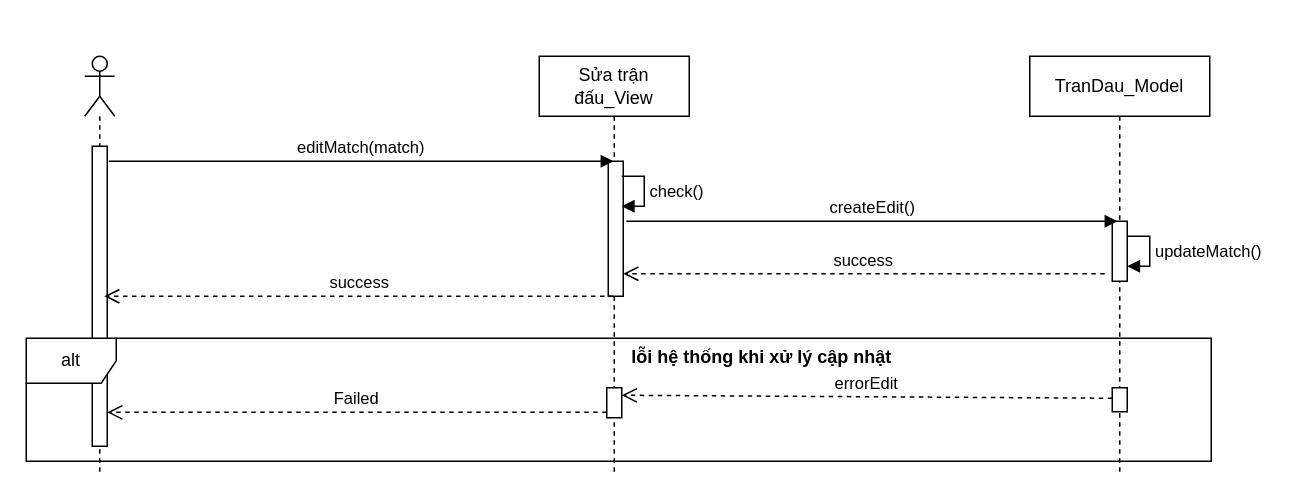
Nonnner/PTTK keeps this draw.io diagram as page "nạp tiền" (1 of 2) of deposit_money.drawio. Above is the earlier version. Source tidied: cells renumbered, new cells numbered last; positions are measured from the earlier drawing's top-left corner, leaving out a move shared by most shapes. Both pictures are drawn from the tidied source at 150%, with x=0, y=0 at pixel (26, 56).
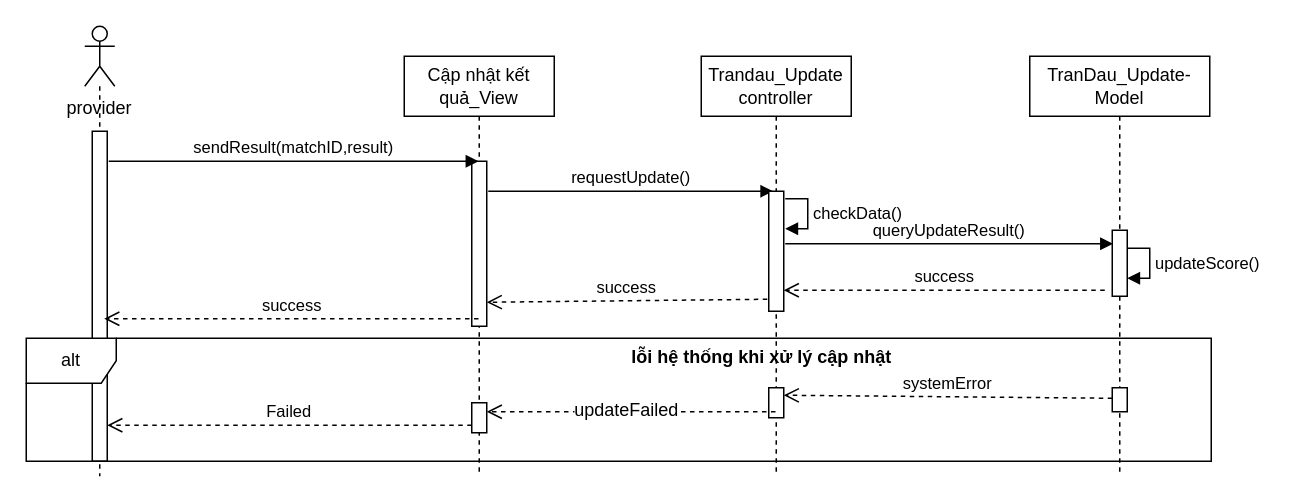
After the change.

Diff of the diagram source:
```diff
@@
-    <mxCell id="2" value="Sửa trận đấu_View" style="shape=umlLifeline;perimeter=lifelinePerimeter;whiteSpace=wrap;html=1;outlineConnect=0;portConstraint=eastwest;newEdgeStyle={&quot;curved&quot;:0,&quot;rounded&quot;:0};" parent="1" vertex="1">
-      <mxGeometry x="342" width="100" height="280" as="geometry" />
+    <mxCell id="2" value="Cập nhật kết quả_View" style="shape=umlLifeline;perimeter=lifelinePerimeter;whiteSpace=wrap;html=1;outlineConnect=0;portConstraint=eastwest;newEdgeStyle={&quot;curved&quot;:0,&quot;rounded&quot;:0};" parent="1" vertex="1">
+      <mxGeometry x="252" width="100" height="280" as="geometry" />
     </mxCell>
     <mxCell id="3" style="html=1;perimeter=orthogonalPerimeter;targetShapes=umlLifeline;newEdgeStyle={&quot;curved&quot;:0,&quot;rounded&quot;:0};" parent="2" vertex="1">
-      <mxGeometry x="46" y="70" width="10" height="90" as="geometry" />
+      <mxGeometry x="45" y="70" width="10" height="110" as="geometry" />
     </mxCell>
-    <mxCell id="4" value="TranDau_Model" style="shape=umlLifeline;perimeter=lifelinePerimeter;whiteSpace=wrap;html=1;newEdgeStyle={&quot;curved&quot;:0,&quot;rounded&quot;:0};" parent="1" vertex="1">
+    <mxCell id="4" value="TranDau_Update-Model" style="shape=umlLifeline;perimeter=lifelinePerimeter;whiteSpace=wrap;html=1;newEdgeStyle={&quot;curved&quot;:0,&quot;rounded&quot;:0};" parent="1" vertex="1">
       <mxGeometry x="669" width="120" height="280" as="geometry" />
     </mxCell>
     <mxCell id="5" style="html=1;perimeter=orthogonalPerimeter;targetShapes=umlLifeline;newEdgeStyle={&quot;curved&quot;:0,&quot;rounded&quot;:0};" parent="4" vertex="1">
-      <mxGeometry x="55" y="110" width="10" height="40" as="geometry" />
+      <mxGeometry x="55" y="116" width="10" height="44" as="geometry" />
     </mxCell>
     <mxCell id="6" style="shape=umlLifeline;perimeter=lifelinePerimeter;whiteSpace=wrap;html=1;newEdgeStyle={&quot;curved&quot;:0,&quot;rounded&quot;:0};participant=umlActor;" parent="1" vertex="1">
-      <mxGeometry x="39" width="20" height="280" as="geometry" />
+      <mxGeometry x="39" y="-20" width="20" height="300" as="geometry" />
     </mxCell>
     <mxCell id="7" style="html=1;points=[[0,0,0,0,5],[0,1,0,0,-5],[1,0,0,0,5],[1,1,0,0,-5]];perimeter=orthogonalPerimeter;outlineConnect=0;targetShapes=umlLifeline;portConstraint=eastwest;newEdgeStyle={&quot;curved&quot;:0,&quot;rounded&quot;:0};" parent="6" vertex="1">
-      <mxGeometry x="5" y="60" width="10" height="200" as="geometry" />
+      <mxGeometry x="5" y="70" width="10" height="220" as="geometry" />
     </mxCell>
-    <mxCell id="8" value="editMatch(match)" style="html=1;verticalAlign=bottom;endArrow=block;curved=0;rounded=0;" parent="1" edge="1" target="2">
+    <mxCell id="8" value="sendResult(matchID,result)" style="html=1;verticalAlign=bottom;endArrow=block;curved=0;rounded=0;" parent="1" edge="1" target="2">
       <mxGeometry relative="1" as="geometry">
         <mxPoint x="55" y="70" as="sourcePoint" />
       </mxGeometry>
     </mxCell>
@@
-    <mxCell id="10" value="errorEdit" style="html=1;verticalAlign=bottom;endArrow=open;dashed=1;endSize=8;curved=0;rounded=0;entryX=1;entryY=0;entryDx=0;entryDy=5;entryPerimeter=0;" parent="1" edge="1" target="17">
+    <mxCell id="10" value="systemError" style="html=1;verticalAlign=bottom;endArrow=open;dashed=1;endSize=8;curved=0;rounded=0;entryX=1;entryY=0;entryDx=0;entryDy=5;entryPerimeter=0;" parent="1" edge="1" target="17">
       <mxGeometry relative="1" as="geometry">
         <mxPoint x="724" y="228" as="sourcePoint" />
       </mxGeometry>
     </mxCell>
@@
-    <mxCell id="12" value="updateMatch()" style="html=1;align=left;spacingLeft=2;endArrow=block;rounded=0;edgeStyle=orthogonalEdgeStyle;curved=0;rounded=0;" parent="1" edge="1">
+    <mxCell id="12" value="updateScore()" style="html=1;align=left;spacingLeft=2;endArrow=block;rounded=0;edgeStyle=orthogonalEdgeStyle;curved=0;rounded=0;" parent="1" edge="1">
       <mxGeometry relative="1" as="geometry">
-        <mxPoint x="734" y="120" as="sourcePoint" />
-        <mxPoint x="734" y="140" as="targetPoint" />
+        <mxPoint x="734" y="128" as="sourcePoint" />
+        <mxPoint x="734" y="148" as="targetPoint" />
         <Array as="points">
-          <mxPoint x="749" y="120" />
-          <mxPoint x="749" y="140" />
-          <mxPoint x="734" y="140" />
+          <mxPoint x="749" y="128" />
+          <mxPoint x="749" y="148" />
+          <mxPoint x="734" y="148" />
         </Array>
       </mxGeometry>
     </mxCell>
-    <mxCell id="13" value="createEdit()" style="html=1;verticalAlign=bottom;endArrow=block;curved=0;rounded=0;" parent="1" edge="1">
+    <mxCell id="13" value="requestUpdate()" style="html=1;verticalAlign=bottom;endArrow=block;curved=0;rounded=0;entryX=0.5;entryY=0;entryDx=0;entryDy=0;entryPerimeter=0;" parent="1" edge="1">
       <mxGeometry relative="1" as="geometry">
-        <mxPoint x="400" y="110" as="sourcePoint" />
-        <mxPoint x="727.5" y="110" as="targetPoint" />
+        <mxPoint x="308" y="90" as="sourcePoint" />
+        <mxPoint x="498" y="90" as="targetPoint" />
       </mxGeometry>
     </mxCell>
-    <mxCell id="14" value="check()" style="html=1;align=left;spacingLeft=2;endArrow=block;rounded=0;edgeStyle=orthogonalEdgeStyle;curved=0;rounded=0;" parent="1" edge="1">
-      <mxGeometry relative="1" as="geometry">
-        <mxPoint x="397" y="80" as="sourcePoint" />
-        <mxPoint x="397" y="100" as="targetPoint" />
-        <Array as="points">
-          <mxPoint x="412" y="80" />
-          <mxPoint x="412" y="100" />
-          <mxPoint x="397" y="100" />
-        </Array>
-      </mxGeometry>
-    </mxCell>
     <mxCell id="15" value="success" style="html=1;verticalAlign=bottom;endArrow=open;dashed=1;endSize=8;curved=0;rounded=0;" parent="1" edge="1">
       <mxGeometry relative="1" as="geometry">
-        <mxPoint x="719" y="145" as="sourcePoint" />
-        <mxPoint x="398" y="145" as="targetPoint" />
+        <mxPoint x="719" y="156" as="sourcePoint" />
+        <mxPoint x="505" y="156" as="targetPoint" />
       </mxGeometry>
     </mxCell>
@@
-    <mxCell id="17" style="html=1;points=[[0,0,0,0,5],[0,1,0,0,-5],[1,0,0,0,5],[1,1,0,0,-5]];perimeter=orthogonalPerimeter;outlineConnect=0;targetShapes=umlLifeline;portConstraint=eastwest;newEdgeStyle={&quot;curved&quot;:0,&quot;rounded&quot;:0};" parent="1" vertex="1">
-      <mxGeometry x="387" y="221" width="10" height="20" as="geometry" />
-    </mxCell>
-    <mxCell id="18" value="Failed" style="html=1;verticalAlign=bottom;endArrow=open;dashed=1;endSize=8;curved=0;rounded=0;" parent="1" edge="1" target="7">
+    <mxCell id="18" value="Failed" style="html=1;verticalAlign=bottom;endArrow=open;dashed=1;endSize=8;curved=0;rounded=0;" parent="1" edge="1">
       <mxGeometry relative="1" as="geometry">
-        <mxPoint x="387" y="237.4" as="sourcePoint" />
+        <mxPoint x="297" y="246" as="sourcePoint" />
+        <mxPoint x="54" y="246" as="targetPoint" />
       </mxGeometry>
     </mxCell>
-    <mxCell id="19" value="success" style="html=1;verticalAlign=bottom;endArrow=open;dashed=1;endSize=8;curved=0;rounded=0;" parent="1" edge="1" source="2">
+    <mxCell id="19" value="success" style="html=1;verticalAlign=bottom;endArrow=open;dashed=1;endSize=8;curved=0;rounded=0;" parent="1" edge="1">
       <mxGeometry relative="1" as="geometry">
-        <mxPoint x="52" y="160" as="targetPoint" />
+        <mxPoint x="301.5" y="175" as="sourcePoint" />
+        <mxPoint x="52" y="175" as="targetPoint" />
       </mxGeometry>
     </mxCell>
+    <mxCell id="20" value="Trandau_Update controller" style="shape=umlLifeline;perimeter=lifelinePerimeter;whiteSpace=wrap;html=1;newEdgeStyle={&quot;curved&quot;:0,&quot;rounded&quot;:0};" parent="1" vertex="1">
+      <mxGeometry x="450" width="100" height="280" as="geometry" />
+    </mxCell>
+    <mxCell id="21" style="html=1;perimeter=orthogonalPerimeter;targetShapes=umlLifeline;newEdgeStyle={&quot;curved&quot;:0,&quot;rounded&quot;:0};" parent="20" vertex="1">
+      <mxGeometry x="45" y="90" width="10" height="80" as="geometry" />
+    </mxCell>
+    <mxCell id="17" style="html=1;points=[[0,0,0,0,5],[0,1,0,0,-5],[1,0,0,0,5],[1,1,0,0,-5]];perimeter=orthogonalPerimeter;outlineConnect=0;targetShapes=umlLifeline;portConstraint=eastwest;newEdgeStyle={&quot;curved&quot;:0,&quot;rounded&quot;:0};" parent="20" vertex="1">
+      <mxGeometry x="45" y="221" width="10" height="20" as="geometry" />
+    </mxCell>
+    <mxCell id="22" value="provider" style="text;html=1;align=center;verticalAlign=middle;whiteSpace=wrap;rounded=0;" parent="1" vertex="1">
+      <mxGeometry x="19" y="20" width="60" height="30" as="geometry" />
+    </mxCell>
+    <mxCell id="23" value="queryUpdateResult()" style="html=1;verticalAlign=bottom;endArrow=block;curved=0;rounded=0;" parent="1" edge="1">
+      <mxGeometry relative="1" as="geometry">
+        <mxPoint x="506" y="125" as="sourcePoint" />
+        <mxPoint x="724.5" y="125" as="targetPoint" />
+      </mxGeometry>
+    </mxCell>
+    <mxCell id="24" value="success" style="html=1;verticalAlign=bottom;endArrow=open;dashed=1;endSize=8;curved=0;rounded=0;" parent="1" edge="1">
+      <mxGeometry relative="1" as="geometry">
+        <mxPoint x="494" y="162" as="sourcePoint" />
+        <mxPoint x="307" y="164" as="targetPoint" />
+      </mxGeometry>
+    </mxCell>
+    <mxCell id="25" style="html=1;verticalAlign=bottom;endArrow=open;dashed=1;endSize=8;curved=0;rounded=0;" parent="1" edge="1">
+      <mxGeometry relative="1" as="geometry">
+        <mxPoint x="499.5" y="237" as="sourcePoint" />
+        <mxPoint x="307" y="237" as="targetPoint" />
+      </mxGeometry>
+    </mxCell>
+    <mxCell id="26" value="updateFailed" style="edgeLabel;html=1;align=center;verticalAlign=middle;fontSize=12;" parent="25" vertex="1">
+      <mxGeometry x="0.04" y="-2" relative="1" as="geometry" />
+    </mxCell>
+    <mxCell id="27" style="html=1;perimeter=orthogonalPerimeter;targetShapes=umlLifeline;newEdgeStyle={&quot;curved&quot;:0,&quot;rounded&quot;:0};" parent="1" vertex="1">
+      <mxGeometry x="297" y="231" width="10" height="20" as="geometry" />
+    </mxCell>
+    <mxCell id="28" value="checkData()" style="html=1;align=left;spacingLeft=2;endArrow=block;rounded=0;edgeStyle=orthogonalEdgeStyle;curved=0;rounded=0;" parent="1" edge="1">
+      <mxGeometry relative="1" as="geometry">
+        <mxPoint x="506" y="95" as="sourcePoint" />
+        <mxPoint x="506" y="115" as="targetPoint" />
+        <Array as="points">
+          <mxPoint x="521" y="95" />
+          <mxPoint x="521" y="115" />
+          <mxPoint x="506" y="115" />
+        </Array>
+      </mxGeometry>
+    </mxCell>
```
